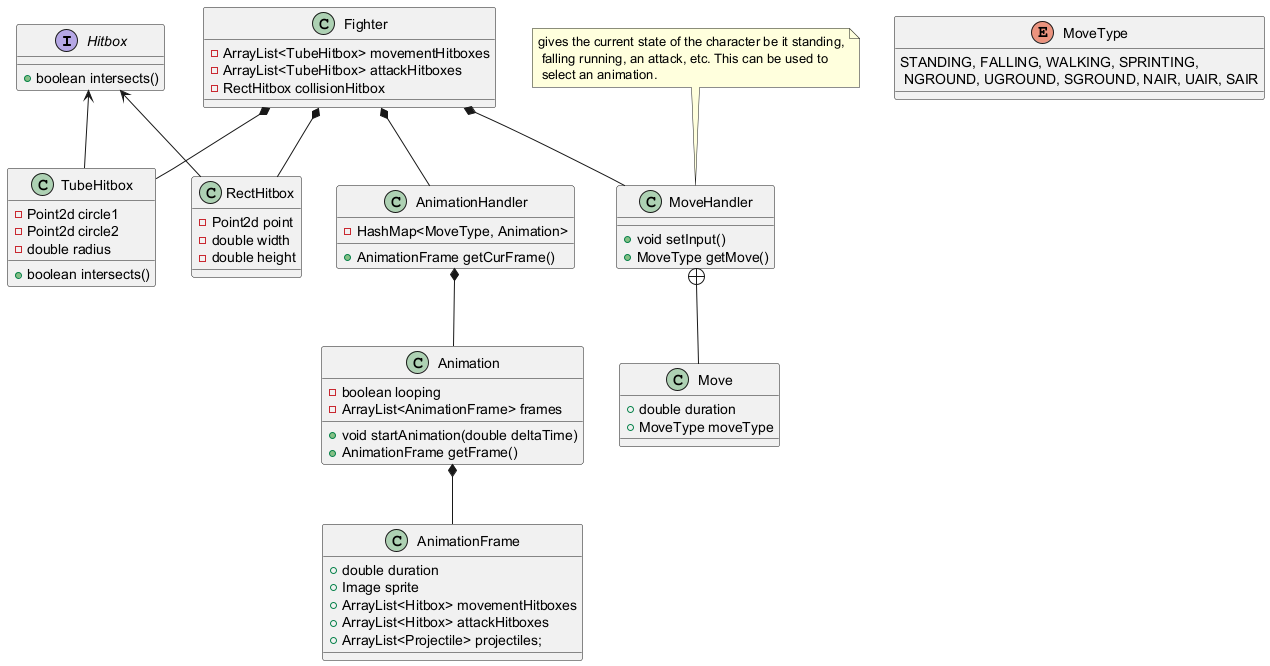
Earlier version of the PlantUML export uml-diagram/fighting-game-uml.png (HedgehogKb/CharacterFightingGame).
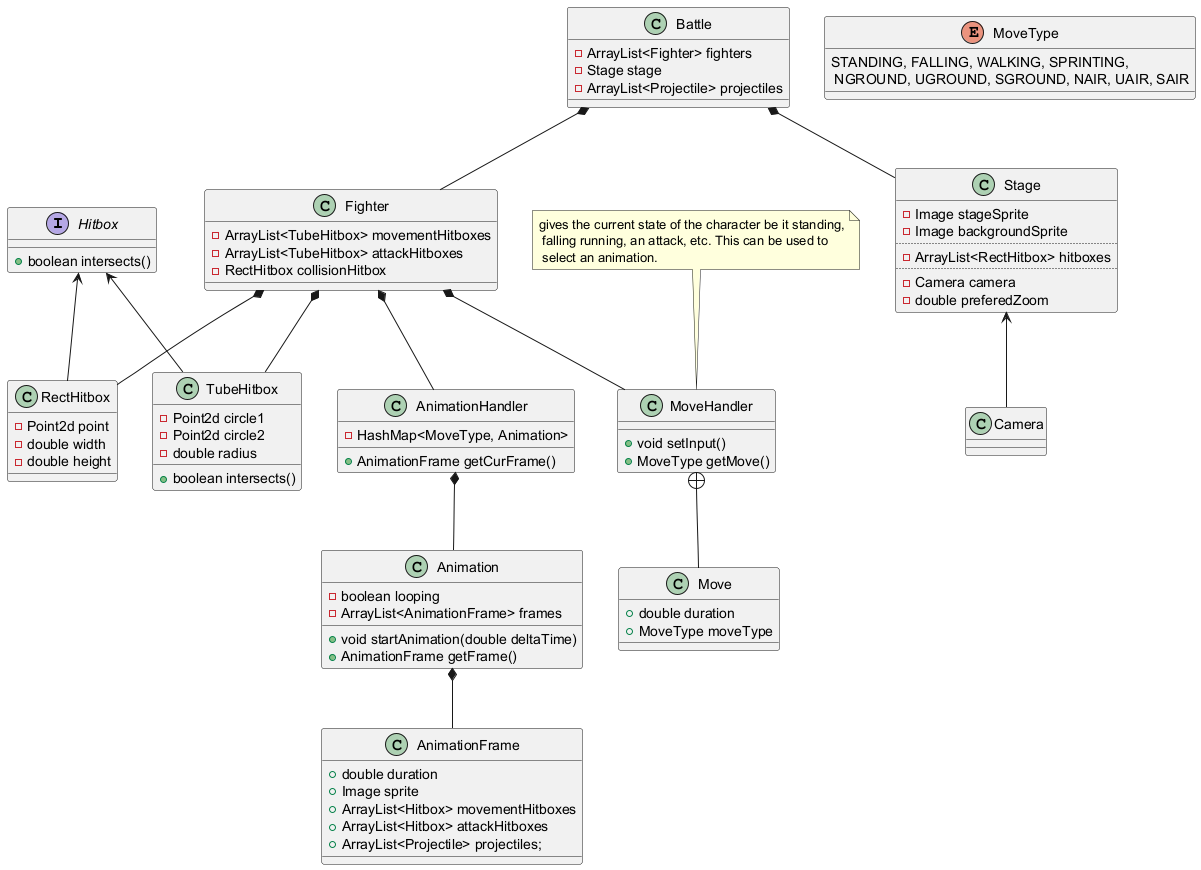
Later version of the same file.

Change to the diagram source:
```diff
@@ -56,6 +56,26 @@
     STANDING, FALLING, WALKING, SPRINTING,\n NGROUND, UGROUND, SGROUND, NAIR, UAIR, SAIR
 }
 
+class Stage {
+    - Image stageSprite
+    - Image backgroundSprite
+    ..
+    - ArrayList<RectHitbox> hitboxes
+    ..
+    - Camera camera
+    - double preferedZoom
+}
+
+class Camera {
+
+}
+
+class Battle {
+    - ArrayList<Fighter> fighters
+    - Stage stage
+    - ArrayList<Projectile> projectiles
+}
+
 note "gives the current state of the character be it standing,\n falling running, an attack, etc. This can be used to\n select an animation." as N1
 
 Hitbox <-- TubeHitbox
@@ -71,5 +91,10 @@
 Fighter *-- AnimationHandler
 Fighter *-- MoveHandler
 
+Stage <-- Camera
+
+Battle *-- Fighter
+Battle *-- Stage
+
 N1 .. MoveHandler
 @enduml
```
